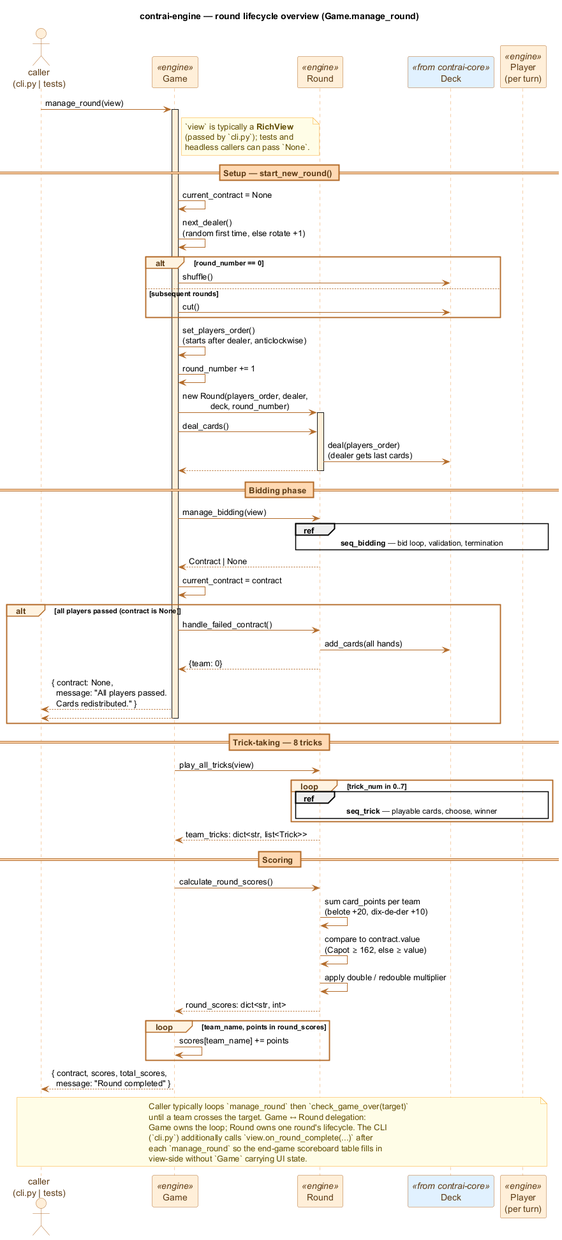
Above: docs/diagrams/seq_round.png in valmathieu/ContrAI (PlantUML), before the change. Its diagram source:
```plantuml
@startuml seq_round
title contrai-engine — round lifecycle overview (Game.manage_round)

skinparam shadowing false
skinparam sequence {
    ArrowColor #B26A28
    LifeLineBorderColor #E89A4F
    LifeLineBackgroundColor #FFEFD9
    ParticipantBorderColor #B26A28
    ParticipantBackgroundColor #FFEFD9
    ParticipantFontColor #5C3A14
    ActorBorderColor #B26A28
    ActorBackgroundColor #FFEFD9
    ActorFontColor #5C3A14
    GroupBorderColor #B26A28
    GroupBackgroundColor #FFF3E0
    GroupHeaderFontColor #5C3A14
    BoxBorderColor #B26A28
    BoxBackgroundColor #FFF3E0
    DividerBorderColor #B26A28
    DividerBackgroundColor #FFD9B3
    DividerFontColor #5C3A14
}
skinparam note {
    BackgroundColor #FFFDE7
    BorderColor #F9A825
    FontColor #5F4B00
}

actor "caller\n(cli.py | tests)" as C
participant "Game" as G <<engine>>
participant "Round" as R <<engine>>
participant "Deck" as D <<from contrai-core>> #E1F0FF
participant "Player\n(per turn)" as P <<engine>>

C -> G : manage_round(view)
note right of G
  `view` is typically a **RichView**
  (passed by `cli.py`); tests and
  headless callers can pass `None`.
end note
activate G

== Setup — start_new_round() ==

G -> G : current_contract = None
G -> G : next_dealer()\n(random first time, else rotate +1)
alt round_number == 0
    G -> D : shuffle()
else subsequent rounds
    G -> D : cut()
end
G -> G : set_players_order()\n(starts after dealer, anticlockwise)
G -> G : round_number += 1
G -> R : new Round(players_order, dealer,\n            deck, round_number)
activate R
G -> R : deal_cards()
R -> D : deal(players_order)\n(dealer gets last cards)
return

== Bidding phase ==

G -> R : manage_bidding(view)
ref over R, P : **seq_bidding** — bid loop, validation, termination
R --> G : Contract | None
G -> G : current_contract = contract

alt all players passed (contract is None)
    G -> R : handle_failed_contract()
    R -> D : add_cards(all hands)
    R --> G : {team: 0}
    G --> C : { contract: None,\n  message: "All players passed.\n  Cards redistributed." }
    return
end

== Trick-taking — 8 tricks ==

G -> R : play_all_tricks(view)
loop trick_num in 0..7
    ref over R, P : **seq_trick** — playable cards, choose, winner
end
R --> G : team_tricks: dict<str, list<Trick>>

== Scoring ==

G -> R : calculate_round_scores()
R -> R : sum card_points per team\n(belote +20, dix-de-der +10)
R -> R : compare to contract.value\n(Capot ≥ 162, else ≥ value)
R -> R : apply double / redouble multiplier
R --> G : round_scores: dict<str, int>
deactivate R

loop team_name, points in round_scores
    G -> G : scores[team_name] += points
end

G --> C : { contract, scores, total_scores,\n  message: "Round completed" }
deactivate G

note over C, P
  Caller typically loops `manage_round` then `check_game_over(target)`
  until a team crosses the target. Game ↔ Round delegation:
  Game owns the loop; Round owns one round's lifecycle. The CLI
  (`cli.py`) additionally calls `view.on_round_complete(...)` after
  each `manage_round` so the end-game scoreboard table fills in
  view-side without `Game` carrying UI state.
end note

@enduml
```
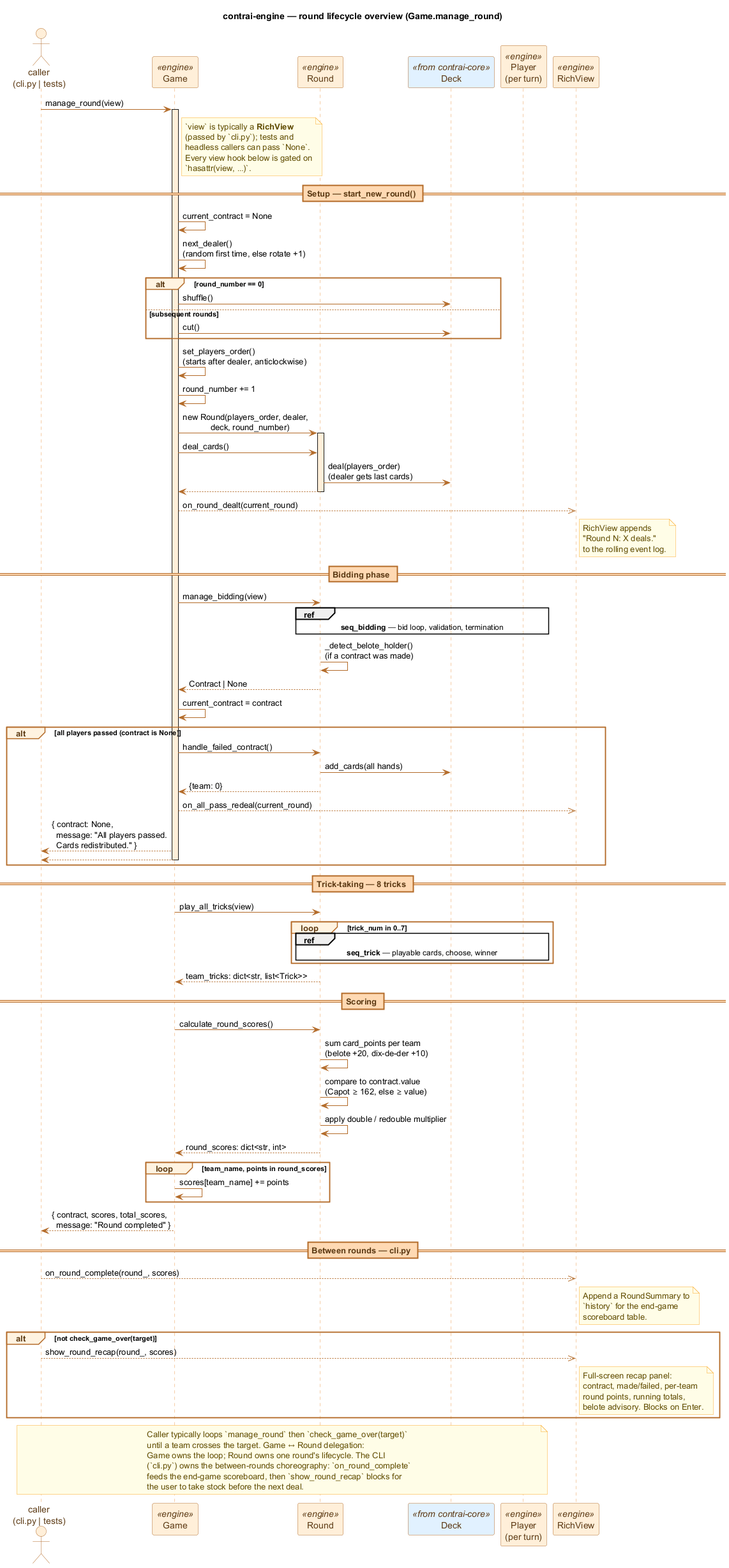
Above is the later version.

Change to the diagram source:
```diff
@@ -32,12 +32,15 @@
 participant "Round" as R <<engine>>
 participant "Deck" as D <<from contrai-core>> #E1F0FF
 participant "Player\n(per turn)" as P <<engine>>
+participant "RichView" as V <<engine>>
 
 C -> G : manage_round(view)
 note right of G
   `view` is typically a **RichView**
   (passed by `cli.py`); tests and
   headless callers can pass `None`.
+  Every view hook below is gated on
+  `hasattr(view, …)`.
 end note
 activate G
 
@@ -58,10 +61,18 @@
 R -> D : deal(players_order)\n(dealer gets last cards)
 return
 
+G -->> V : on_round_dealt(current_round)
+note right of V
+  RichView appends
+  "Round N: X deals."
+  to the rolling event log.
+end note
+
 == Bidding phase ==
 
 G -> R : manage_bidding(view)
 ref over R, P : **seq_bidding** — bid loop, validation, termination
+R -> R : _detect_belote_holder()\n(if a contract was made)
 R --> G : Contract | None
 G -> G : current_contract = contract
 
@@ -69,6 +80,7 @@
     G -> R : handle_failed_contract()
     R -> D : add_cards(all hands)
     R --> G : {team: 0}
+    G -->> V : on_all_pass_redeal(current_round)
     G --> C : { contract: None,\n  message: "All players passed.\n  Cards redistributed." }
     return
 end
@@ -97,13 +109,31 @@
 G --> C : { contract, scores, total_scores,\n  message: "Round completed" }
 deactivate G
 
+== Between rounds — cli.py ==
+
+C -->> V : on_round_complete(round_, scores)
+note right of V
+  Append a RoundSummary to
+  `history` for the end-game
+  scoreboard table.
+end note
+alt not check_game_over(target)
+    C -->> V : show_round_recap(round_, scores)
+    note right of V
+      Full-screen recap panel:
+      contract, made/failed, per-team
+      round points, running totals,
+      belote advisory. Blocks on Enter.
+    end note
+end
+
 note over C, P
   Caller typically loops `manage_round` then `check_game_over(target)`
   until a team crosses the target. Game ↔ Round delegation:
   Game owns the loop; Round owns one round's lifecycle. The CLI
-  (`cli.py`) additionally calls `view.on_round_complete(...)` after
-  each `manage_round` so the end-game scoreboard table fills in
-  view-side without `Game` carrying UI state.
+  (`cli.py`) owns the between-rounds choreography: `on_round_complete`
+  feeds the end-game scoreboard, then `show_round_recap` blocks for
+  the user to take stock before the next deal.
 end note
 
 @enduml
```
